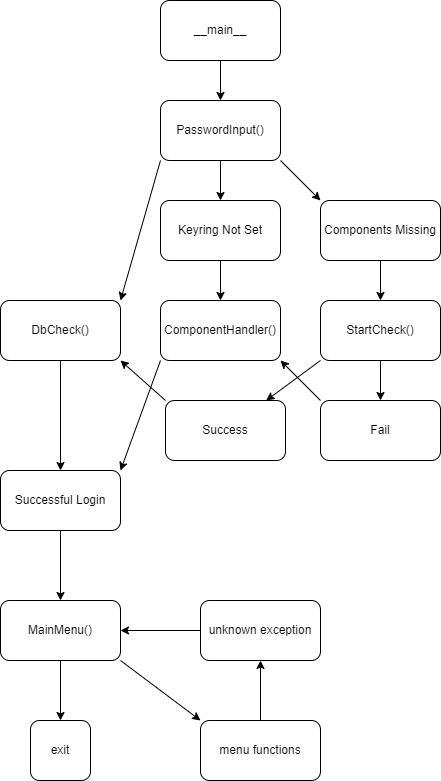
Before: CryptDrive_Flowchart.drawio.png, a diagram exported from draw.io (ngimb64/Crypt-Drive). Source tidied: cells renumbered, new cells last; positions are measured from the earlier drawing's top-left corner, leaving out a move shared by most shapes.
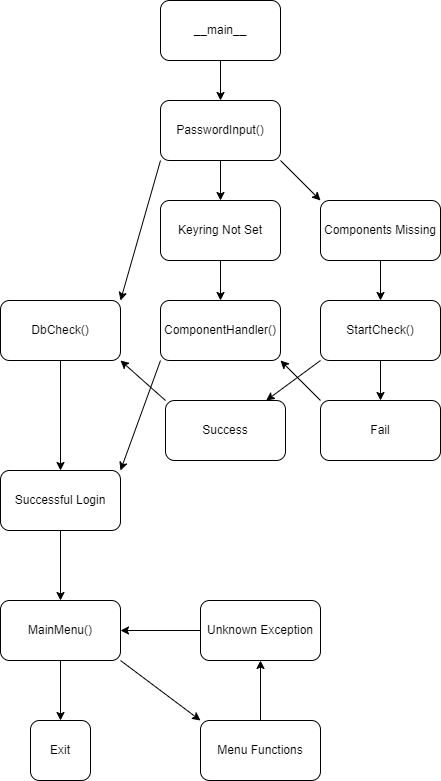
Later version of the same file.

Diff of the diagram source:
```diff
@@ -11,13 +11,13 @@
     <mxCell id="4" value="MainMenu()" style="rounded=1;whiteSpace=wrap;html=1;" parent="1" vertex="1">
       <mxGeometry y="600" width="120" height="60" as="geometry" />
     </mxCell>
-    <mxCell id="5" value="unknown exception" style="rounded=1;whiteSpace=wrap;html=1;" parent="1" vertex="1">
+    <mxCell id="5" value="Unknown Exception" style="rounded=1;whiteSpace=wrap;html=1;" parent="1" vertex="1">
       <mxGeometry x="200" y="600" width="120" height="60" as="geometry" />
     </mxCell>
-    <mxCell id="6" value="exit" style="rounded=1;whiteSpace=wrap;html=1;" parent="1" vertex="1">
+    <mxCell id="6" value="Exit" style="rounded=1;whiteSpace=wrap;html=1;" parent="1" vertex="1">
       <mxGeometry x="30" y="720" width="60" height="60" as="geometry" />
     </mxCell>
-    <mxCell id="7" value="menu functions" style="rounded=1;whiteSpace=wrap;html=1;" parent="1" vertex="1">
+    <mxCell id="7" value="Menu Functions" style="rounded=1;whiteSpace=wrap;html=1;" parent="1" vertex="1">
       <mxGeometry x="200" y="720" width="120" height="60" as="geometry" />
     </mxCell>
     <mxCell id="8" style="edgeStyle=orthogonalEdgeStyle;rounded=0;jettySize=auto;html=1;" parent="1" edge="1" source="9" target="12">
```
